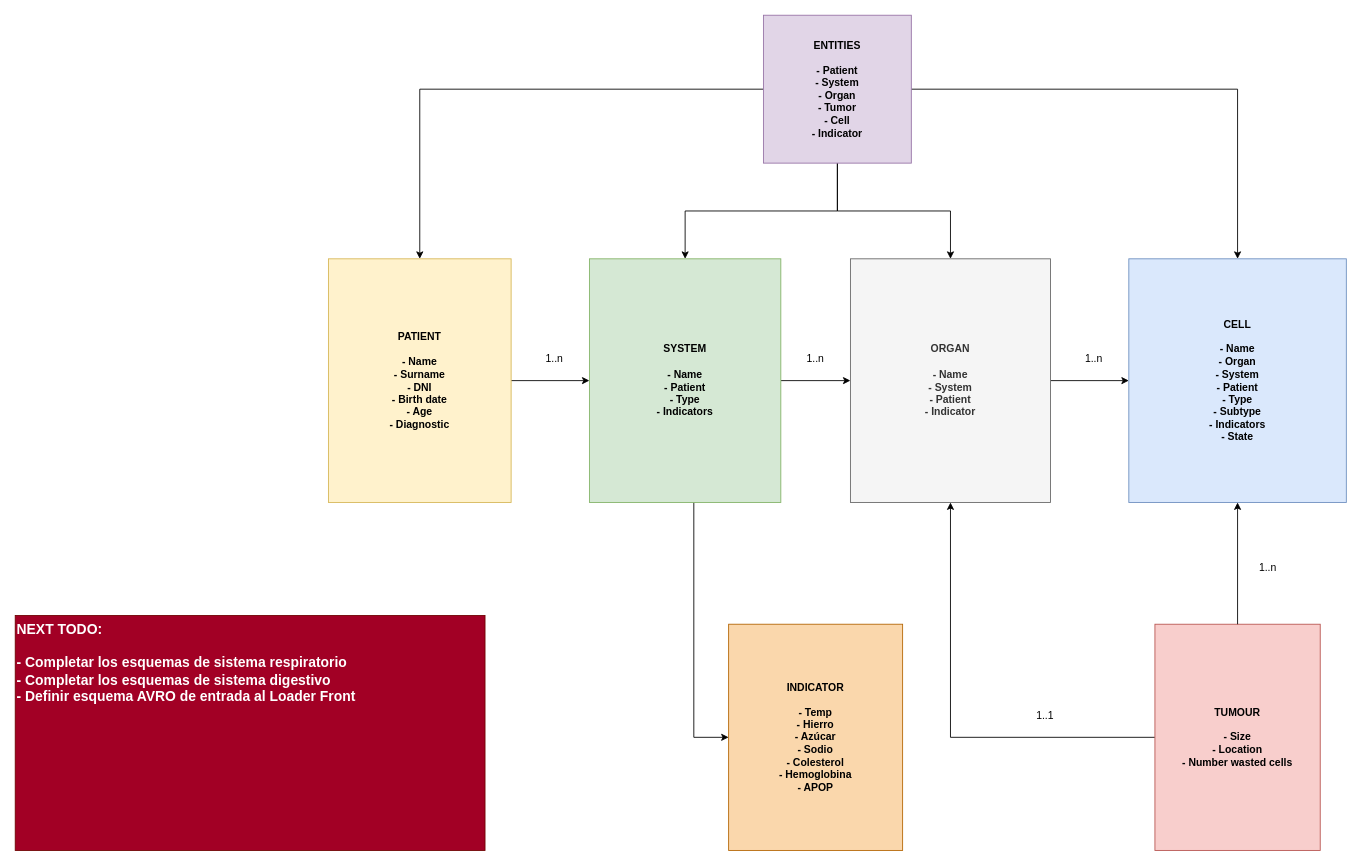
Before: page "MD" (1 of 6) of arch-design/cellprom-arch-functionality.drawio in cellprom/cellprom-arq-doc, a draw.io diagram. Source tidied: cells renumbered, new cells numbered last; positions are measured from the earlier drawing's top-left corner, leaving out a move shared by most shapes. Both pictures are drawn from the tidied source at 87%, with x=0, y=0 at pixel (15, 15).
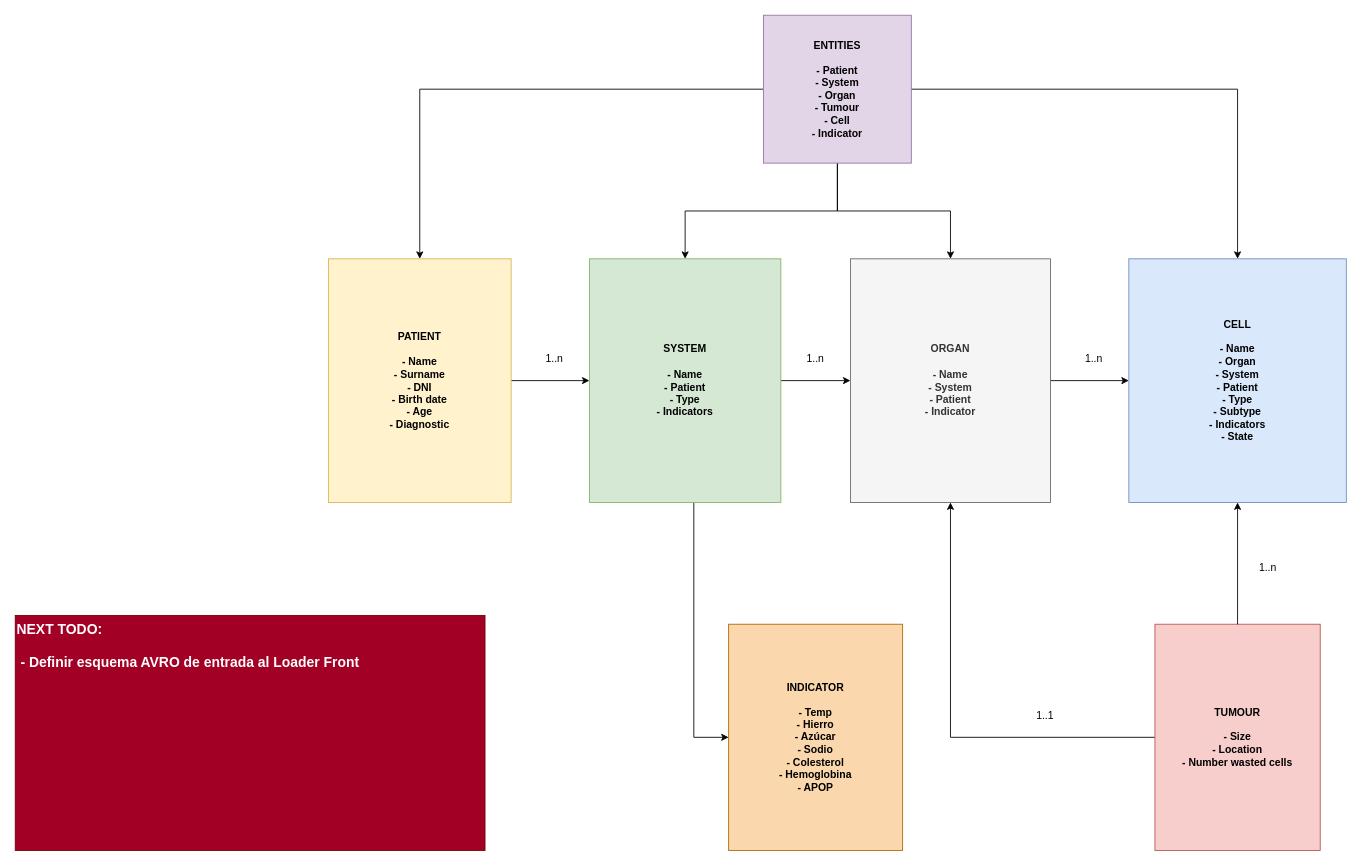
The same diagram, later.

What changed in the source:
```diff
@@
-    <mxCell id="6" value="ENTITIES&lt;br&gt;&lt;br&gt;- Patient&lt;br&gt;- System&lt;br&gt;- Organ&lt;br&gt;- Tumor&lt;br&gt;- Cell&lt;br&gt;- Indicator" style="whiteSpace=wrap;html=1;fillColor=#e1d5e7;strokeColor=#9673a6;fontStyle=1;" parent="1" vertex="1">
+    <mxCell id="6" value="ENTITIES&lt;br&gt;&lt;br&gt;- Patient&lt;br&gt;- System&lt;br&gt;- Organ&lt;br&gt;- Tumour&lt;br&gt;- Cell&lt;br&gt;- Indicator" style="whiteSpace=wrap;html=1;fillColor=#e1d5e7;strokeColor=#9673a6;fontStyle=1;" parent="1" vertex="1">
       <mxGeometry x="860" width="170" height="170" as="geometry" />
     </mxCell>
@@
-    <mxCell id="24" value="NEXT TODO:&lt;br&gt;&lt;br&gt;- Completar los esquemas de sistema respiratorio&lt;br&gt;- Completar los esquemas de sistema digestivo&lt;br&gt;- Definir esquema AVRO de entrada al Loader Front" style="text;whiteSpace=wrap;html=1;fontStyle=1;fontSize=16;fillColor=#a20025;fontColor=#ffffff;strokeColor=#6F0000;" parent="1" vertex="1">
+    <mxCell id="24" value="NEXT TODO:&lt;br&gt;&lt;br&gt;&amp;nbsp;- Definir esquema AVRO de entrada al Loader Front" style="text;whiteSpace=wrap;html=1;fontStyle=1;fontSize=16;fillColor=#a20025;fontColor=#ffffff;strokeColor=#6F0000;" parent="1" vertex="1">
       <mxGeometry y="690" width="540" height="270" as="geometry" />
     </mxCell>
```
